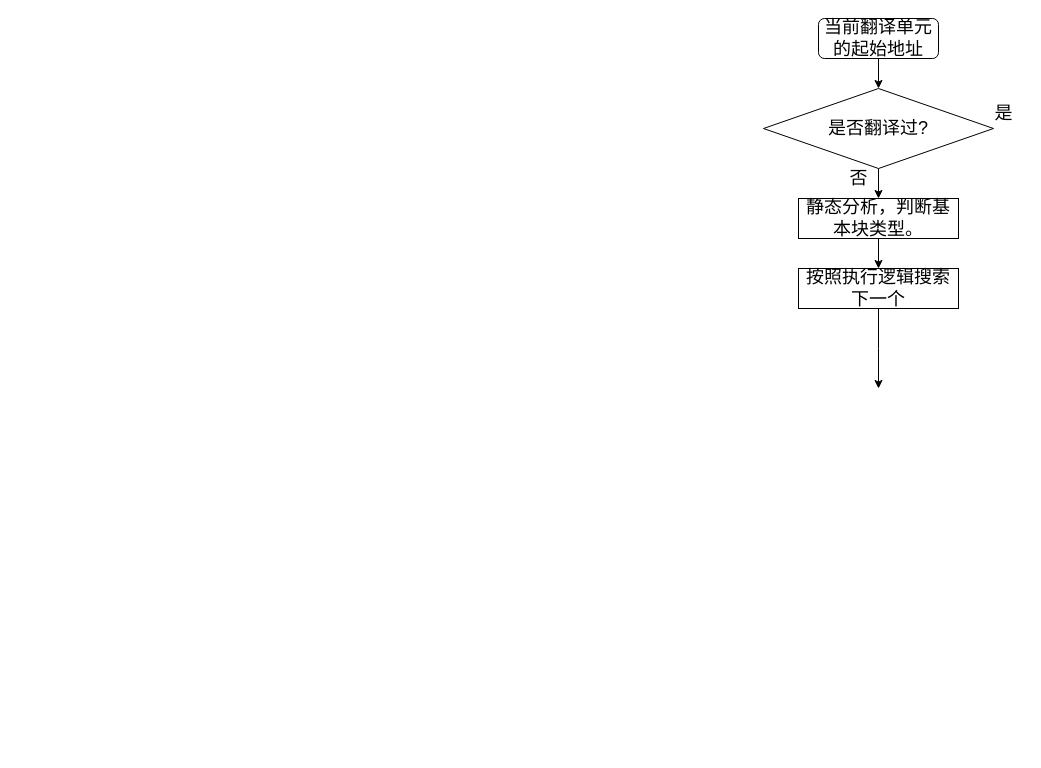
Before: page "第 37 页" (36 of 51) of lajit.drawio in ganjue66da/ganjue66da, a draw.io diagram. Source tidied: cells renumbered, new cells numbered last; positions are measured from the earlier drawing's top-left corner, leaving out a move shared by most shapes. Both pictures are drawn from the tidied source at 100%, with x=0, y=0 at pixel (763, 18).
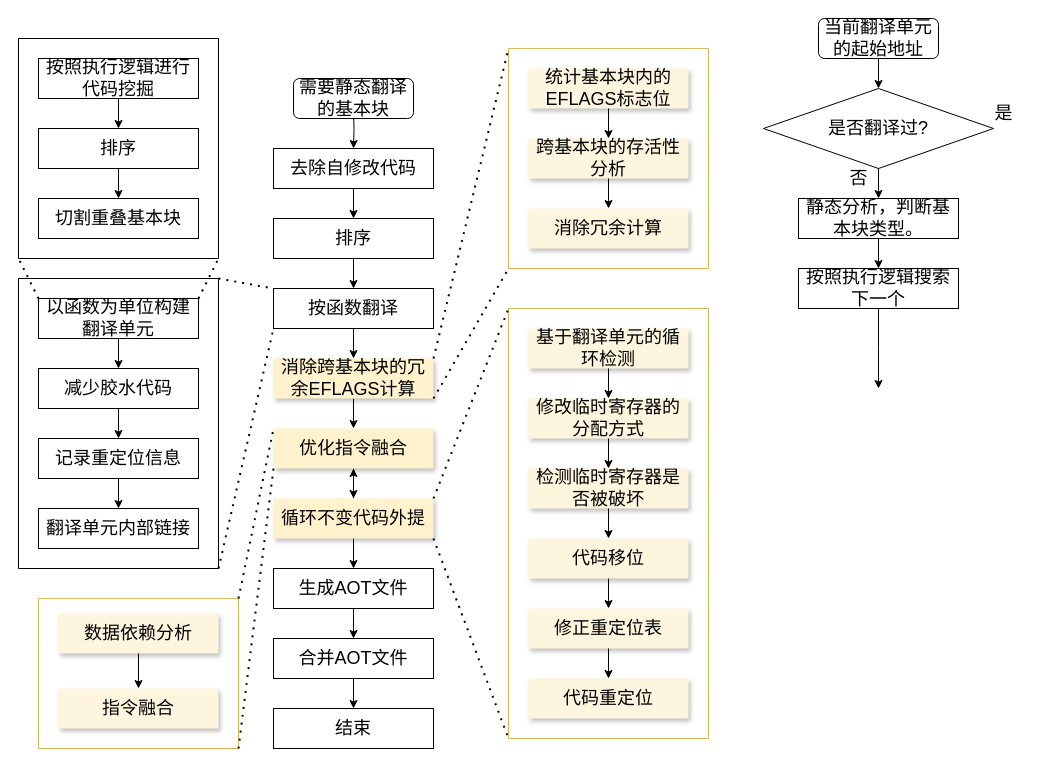
The same page after the edit.

Unchanged cells that the change refers to:
```xml
<mxCell id="5" value="按照执行逻辑搜索下一个" style="rounded=0;whiteSpace=wrap;html=1;fontSize=18;fillColor=none;" parent="1" vertex="1">
  <mxGeometry x="35" y="250" width="160" height="40" as="geometry" />
</mxCell>
```

What changed in the source:
```diff
@@
+    <mxCell id="12" style="edgeStyle=orthogonalEdgeStyle;rounded=0;jettySize=auto;html=1;fontSize=18;" parent="1" edge="1" target="14">
+      <mxGeometry relative="1" as="geometry">
+        <mxPoint x="-410" y="90" as="sourcePoint" />
+      </mxGeometry>
+    </mxCell>
+    <mxCell id="13" style="edgeStyle=orthogonalEdgeStyle;rounded=0;jettySize=auto;html=1;fontSize=18;" parent="1" edge="1" source="14" target="16">
+      <mxGeometry relative="1" as="geometry" />
+    </mxCell>
+    <mxCell id="14" value="去除自修改代码" style="rounded=0;whiteSpace=wrap;html=1;fontSize=18;fillColor=none;" parent="1" vertex="1">
+      <mxGeometry x="-490" y="130" width="160" height="40" as="geometry" />
+    </mxCell>
+    <mxCell id="15" style="edgeStyle=orthogonalEdgeStyle;rounded=0;jettySize=auto;html=1;exitX=0.5;exitY=1;exitDx=0;exitDy=0;entryX=0.5;entryY=0;entryDx=0;entryDy=0;" parent="1" edge="1" source="16" target="19">
+      <mxGeometry relative="1" as="geometry" />
+    </mxCell>
+    <mxCell id="16" value="排序" style="rounded=0;whiteSpace=wrap;html=1;fontSize=18;fillColor=none;" parent="1" vertex="1">
+      <mxGeometry x="-490" y="200" width="160" height="40" as="geometry" />
+    </mxCell>
+    <mxCell id="17" value="&lt;font style=&quot;font-size: 18px;&quot;&gt;需要静态翻译的基本块&lt;/font&gt;" style="rounded=1;whiteSpace=wrap;html=1;" parent="1" vertex="1">
+      <mxGeometry x="-470" y="60" width="120" height="40" as="geometry" />
+    </mxCell>
+    <mxCell id="18" style="edgeStyle=orthogonalEdgeStyle;rounded=0;jettySize=auto;html=1;" parent="1" edge="1" source="19" target="21">
+      <mxGeometry relative="1" as="geometry" />
+    </mxCell>
+    <mxCell id="19" value="按函数翻译" style="rounded=0;whiteSpace=wrap;html=1;fontSize=18;fillColor=none;" parent="1" vertex="1">
+      <mxGeometry x="-490" y="270" width="160" height="40" as="geometry" />
+    </mxCell>
+    <mxCell id="20" style="edgeStyle=orthogonalEdgeStyle;rounded=0;jettySize=auto;html=1;fontSize=18;" parent="1" edge="1" source="21" target="71">
+      <mxGeometry relative="1" as="geometry" />
+    </mxCell>
+    <mxCell id="21" value="消除跨基本块的冗余EFLAGS计算" style="rounded=0;whiteSpace=wrap;html=1;fontSize=18;fillColor=#fff2cc;strokeColor=none;fillStyle=auto;shadow=1;" parent="1" vertex="1">
+      <mxGeometry x="-490" y="340" width="160" height="40" as="geometry" />
+    </mxCell>
+    <mxCell id="22" style="edgeStyle=orthogonalEdgeStyle;rounded=0;jettySize=auto;html=1;" parent="1" edge="1" source="24" target="26">
+      <mxGeometry relative="1" as="geometry" />
+    </mxCell>
+    <mxCell id="23" style="edgeStyle=orthogonalEdgeStyle;rounded=0;jettySize=auto;html=1;" parent="1" edge="1" source="24" target="71">
+      <mxGeometry relative="1" as="geometry" />
+    </mxCell>
+    <mxCell id="24" value="循环不变代码外提" style="rounded=0;whiteSpace=wrap;html=1;fontSize=18;fillColor=#fff2cc;strokeColor=none;shadow=1;" parent="1" vertex="1">
+      <mxGeometry x="-490" y="480" width="160" height="40" as="geometry" />
+    </mxCell>
+    <mxCell id="25" style="edgeStyle=orthogonalEdgeStyle;rounded=0;jettySize=auto;html=1;" parent="1" edge="1" source="26">
+      <mxGeometry relative="1" as="geometry">
+        <mxPoint x="-410" y="620" as="targetPoint" />
+      </mxGeometry>
+    </mxCell>
+    <mxCell id="26" value="生成AOT文件" style="rounded=0;whiteSpace=wrap;html=1;fontSize=18;fillColor=none;" parent="1" vertex="1">
+      <mxGeometry x="-490" y="550" width="160" height="40" as="geometry" />
+    </mxCell>
+    <mxCell id="27" style="endArrow=none;dashed=1;html=1;dashPattern=1 3;strokeWidth=2;rounded=0;entryX=0;entryY=0;entryDx=0;entryDy=0;exitX=1;exitY=0;exitDx=0;exitDy=0;" parent="1" edge="1" source="28" target="19">
+      <mxGeometry relative="1" as="geometry" />
+    </mxCell>
+    <mxCell id="28" style="swimlane;startSize=0;" parent="1" vertex="1">
+      <mxGeometry x="-745" y="260" width="200" height="290" as="geometry" />
+    </mxCell>
+    <mxCell id="29" value="以函数为单位构建翻译单元" style="rounded=0;whiteSpace=wrap;html=1;fontSize=18;fillColor=none;" parent="28" vertex="1">
+      <mxGeometry x="20" y="20" width="160" height="40" as="geometry" />
+    </mxCell>
+    <mxCell id="30" style="edgeStyle=orthogonalEdgeStyle;rounded=0;jettySize=auto;html=1;" parent="28" edge="1" source="31" target="35">
+      <mxGeometry relative="1" as="geometry" />
+    </mxCell>
+    <mxCell id="31" value="减少胶水代码" style="rounded=0;whiteSpace=wrap;html=1;fontSize=18;fillColor=none;" parent="28" vertex="1">
+      <mxGeometry x="20" y="90" width="160" height="40" as="geometry" />
+    </mxCell>
+    <mxCell id="32" style="edgeStyle=orthogonalEdgeStyle;rounded=0;jettySize=auto;html=1;" parent="28" edge="1" source="29" target="31">
+      <mxGeometry relative="1" as="geometry" />
+    </mxCell>
+    <mxCell id="33" value="翻译单元内部链接" style="rounded=0;whiteSpace=wrap;html=1;fontSize=18;fillColor=none;" parent="28" vertex="1">
+      <mxGeometry x="20" y="230" width="160" height="40" as="geometry" />
+    </mxCell>
+    <mxCell id="34" style="edgeStyle=orthogonalEdgeStyle;rounded=0;jettySize=auto;html=1;exitX=0.5;exitY=1;exitDx=0;exitDy=0;entryX=0.5;entryY=0;entryDx=0;entryDy=0;" parent="28" edge="1" source="35" target="33">
+      <mxGeometry relative="1" as="geometry" />
+    </mxCell>
+    <mxCell id="35" value="记录重定位信息" style="rounded=0;whiteSpace=wrap;html=1;fontSize=18;fillColor=none;" parent="28" vertex="1">
+      <mxGeometry x="20" y="160" width="160" height="40" as="geometry" />
+    </mxCell>
+    <mxCell id="36" style="endArrow=none;dashed=1;html=1;dashPattern=1 3;strokeWidth=2;rounded=0;exitX=1;exitY=1;exitDx=0;exitDy=0;entryX=0;entryY=1;entryDx=0;entryDy=0;" parent="1" edge="1" source="28" target="19">
+      <mxGeometry relative="1" as="geometry" />
+    </mxCell>
+    <mxCell id="37" style="swimlane;startSize=0;" parent="1" vertex="1">
+      <mxGeometry x="-745" y="20" width="200" height="220" as="geometry" />
+    </mxCell>
+    <mxCell id="38" value="排序" style="rounded=0;whiteSpace=wrap;html=1;fontSize=18;fillColor=none;" parent="37" vertex="1">
+      <mxGeometry x="20" y="90" width="160" height="40" as="geometry" />
+    </mxCell>
+    <mxCell id="39" value="切割重叠基本块" style="rounded=0;whiteSpace=wrap;html=1;fontSize=18;fillColor=none;" parent="37" vertex="1">
+      <mxGeometry x="20" y="160" width="160" height="40" as="geometry" />
+    </mxCell>
+    <mxCell id="40" style="edgeStyle=orthogonalEdgeStyle;rounded=0;jettySize=auto;html=1;" parent="37" edge="1" source="38" target="39">
+      <mxGeometry relative="1" as="geometry" />
+    </mxCell>
+    <mxCell id="41" style="edgeStyle=orthogonalEdgeStyle;rounded=0;jettySize=auto;html=1;exitX=0.5;exitY=1;exitDx=0;exitDy=0;entryX=0.5;entryY=0;entryDx=0;entryDy=0;" parent="37" edge="1" source="42" target="38">
+      <mxGeometry relative="1" as="geometry" />
+    </mxCell>
+    <mxCell id="42" value="按照执行逻辑进行代码挖掘" style="rounded=0;whiteSpace=wrap;html=1;fontSize=18;fillColor=none;" parent="37" vertex="1">
+      <mxGeometry x="20" y="20" width="160" height="40" as="geometry" />
+    </mxCell>
+    <mxCell id="43" style="endArrow=none;dashed=1;html=1;dashPattern=1 3;strokeWidth=2;rounded=0;entryX=0;entryY=1;entryDx=0;entryDy=0;exitX=0;exitY=0;exitDx=0;exitDy=0;" parent="1" edge="1" source="29" target="37">
+      <mxGeometry relative="1" as="geometry" />
+    </mxCell>
+    <mxCell id="44" style="endArrow=none;dashed=1;html=1;dashPattern=1 3;strokeWidth=2;rounded=0;entryX=1;entryY=1;entryDx=0;entryDy=0;exitX=1;exitY=0;exitDx=0;exitDy=0;" parent="1" edge="1" source="29" target="37">
+      <mxGeometry relative="1" as="geometry" />
+    </mxCell>
+    <mxCell id="45" style="swimlane;startSize=0;fontSize=18;fillColor=#fff2cc;strokeColor=#d6b656;glass=1;" parent="1" vertex="1">
+      <mxGeometry x="-255" y="30" width="200" height="220" as="geometry" />
+    </mxCell>
+    <mxCell id="46" value="统计基本块内的EFLAGS标志位" style="rounded=0;whiteSpace=wrap;html=1;fontSize=18;fillColor=#fdf5dd;strokeColor=none;shadow=1;" parent="45" vertex="1">
+      <mxGeometry x="20" y="20" width="160" height="40" as="geometry" />
+    </mxCell>
+    <mxCell id="47" value="跨基本块的存活性分析" style="rounded=0;whiteSpace=wrap;html=1;fontSize=18;fillColor=#fdf5dd;strokeColor=none;shadow=1;" parent="45" vertex="1">
+      <mxGeometry x="20" y="90" width="160" height="40" as="geometry" />
+    </mxCell>
+    <mxCell id="48" style="edgeStyle=orthogonalEdgeStyle;rounded=0;jettySize=auto;html=1;" parent="45" edge="1" source="46" target="47">
+      <mxGeometry relative="1" as="geometry" />
+    </mxCell>
+    <mxCell id="49" value="消除冗余计算" style="rounded=0;whiteSpace=wrap;html=1;fontSize=18;fillColor=#fdf5dd;strokeColor=none;shadow=1;" parent="45" vertex="1">
+      <mxGeometry x="20" y="160" width="160" height="40" as="geometry" />
+    </mxCell>
+    <mxCell id="50" style="edgeStyle=orthogonalEdgeStyle;rounded=0;jettySize=auto;html=1;" parent="45" edge="1" source="47" target="49">
+      <mxGeometry relative="1" as="geometry" />
+    </mxCell>
+    <mxCell id="51" style="endArrow=none;dashed=1;html=1;dashPattern=1 3;strokeWidth=2;rounded=0;exitX=1;exitY=0;exitDx=0;exitDy=0;entryX=0;entryY=0;entryDx=0;entryDy=0;" parent="1" edge="1" source="21" target="45">
+      <mxGeometry relative="1" as="geometry" />
+    </mxCell>
+    <mxCell id="52" style="endArrow=none;dashed=1;html=1;dashPattern=1 3;strokeWidth=2;rounded=0;exitX=1;exitY=1;exitDx=0;exitDy=0;entryX=0;entryY=1;entryDx=0;entryDy=0;" parent="1" edge="1" source="21" target="45">
+      <mxGeometry relative="1" as="geometry" />
+    </mxCell>
+    <mxCell id="53" style="swimlane;startSize=0;fontSize=18;fillColor=#fff2cc;strokeColor=#d6b656;glass=1;" parent="1" vertex="1">
+      <mxGeometry x="-255" y="290" width="200" height="430" as="geometry" />
+    </mxCell>
+    <mxCell id="54" value="基于翻译单元的循环检测" style="rounded=0;whiteSpace=wrap;html=1;fontSize=18;fillColor=#fdf5dd;strokeColor=none;shadow=1;" parent="53" vertex="1">
+      <mxGeometry x="20" y="20" width="160" height="40" as="geometry" />
+    </mxCell>
+    <mxCell id="55" value="修改临时寄存器的分配方式" style="rounded=0;whiteSpace=wrap;html=1;fontSize=18;fillColor=#fdf5dd;strokeColor=none;shadow=1;" parent="53" vertex="1">
+      <mxGeometry x="20" y="90" width="160" height="40" as="geometry" />
+    </mxCell>
+    <mxCell id="56" style="edgeStyle=orthogonalEdgeStyle;rounded=0;jettySize=auto;html=1;" parent="53" edge="1" source="54" target="55">
+      <mxGeometry relative="1" as="geometry" />
+    </mxCell>
+    <mxCell id="57" value="检测临时寄存器是否被破坏" style="rounded=0;whiteSpace=wrap;html=1;fontSize=18;fillColor=#fdf5dd;strokeColor=none;shadow=1;" parent="53" vertex="1">
+      <mxGeometry x="20" y="160" width="160" height="40" as="geometry" />
+    </mxCell>
+    <mxCell id="58" style="edgeStyle=orthogonalEdgeStyle;rounded=0;jettySize=auto;html=1;" parent="53" edge="1" source="55" target="57">
+      <mxGeometry relative="1" as="geometry" />
+    </mxCell>
+    <mxCell id="59" value="代码移位" style="rounded=0;whiteSpace=wrap;html=1;fontSize=18;fillColor=#fdf5dd;strokeColor=none;shadow=1;" parent="53" vertex="1">
+      <mxGeometry x="20" y="230" width="160" height="40" as="geometry" />
+    </mxCell>
+    <mxCell id="60" style="edgeStyle=orthogonalEdgeStyle;rounded=0;jettySize=auto;html=1;" parent="53" edge="1" source="57" target="59">
+      <mxGeometry relative="1" as="geometry" />
+    </mxCell>
+    <mxCell id="61" value="修正重定位表" style="rounded=0;whiteSpace=wrap;html=1;fontSize=18;fillColor=#fdf5dd;strokeColor=none;shadow=1;" parent="53" vertex="1">
+      <mxGeometry x="20" y="300" width="160" height="40" as="geometry" />
+    </mxCell>
+    <mxCell id="62" style="edgeStyle=orthogonalEdgeStyle;rounded=0;jettySize=auto;html=1;" parent="53" edge="1" source="59" target="61">
+      <mxGeometry relative="1" as="geometry" />
+    </mxCell>
+    <mxCell id="63" value="代码重定位" style="rounded=0;whiteSpace=wrap;html=1;fontSize=18;fillColor=#fdf5dd;strokeColor=none;shadow=1;" parent="53" vertex="1">
+      <mxGeometry x="20" y="370" width="160" height="40" as="geometry" />
+    </mxCell>
+    <mxCell id="64" style="edgeStyle=orthogonalEdgeStyle;rounded=0;jettySize=auto;html=1;" parent="53" edge="1" source="61" target="63">
+      <mxGeometry relative="1" as="geometry" />
+    </mxCell>
+    <mxCell id="65" style="endArrow=none;dashed=1;html=1;dashPattern=1 3;strokeWidth=2;rounded=0;exitX=1;exitY=0;exitDx=0;exitDy=0;entryX=0;entryY=0;entryDx=0;entryDy=0;" parent="1" edge="1" source="24" target="53">
+      <mxGeometry relative="1" as="geometry" />
+    </mxCell>
+    <mxCell id="66" style="endArrow=none;dashed=1;html=1;dashPattern=1 3;strokeWidth=2;rounded=0;exitX=1;exitY=1;exitDx=0;exitDy=0;entryX=0;entryY=1;entryDx=0;entryDy=0;" parent="1" edge="1" source="24" target="53">
+      <mxGeometry relative="1" as="geometry" />
+    </mxCell>
+    <mxCell id="67" style="edgeStyle=orthogonalEdgeStyle;rounded=0;jettySize=auto;html=1;" parent="1" edge="1" source="68" target="69">
+      <mxGeometry relative="1" as="geometry" />
+    </mxCell>
+    <mxCell id="68" value="合并AOT文件" style="rounded=0;whiteSpace=wrap;html=1;fontSize=18;fillColor=none;" parent="1" vertex="1">
+      <mxGeometry x="-490" y="620" width="160" height="40" as="geometry" />
+    </mxCell>
+    <mxCell id="69" value="结束" style="rounded=0;whiteSpace=wrap;html=1;fontSize=18;fillColor=none;" parent="1" vertex="1">
+      <mxGeometry x="-490" y="690" width="160" height="40" as="geometry" />
+    </mxCell>
+    <mxCell id="70" style="edgeStyle=orthogonalEdgeStyle;rounded=0;jettySize=auto;html=1;exitX=0.5;exitY=1;exitDx=0;exitDy=0;entryX=0.5;entryY=0;entryDx=0;entryDy=0;fontSize=18;" parent="1" edge="1" source="71" target="24">
+      <mxGeometry relative="1" as="geometry" />
+    </mxCell>
+    <mxCell id="71" value="优化指令融合" style="rounded=0;whiteSpace=wrap;html=1;fontSize=18;fillColor=#fff2cc;shadow=1;strokeColor=none;" parent="1" vertex="1">
+      <mxGeometry x="-490" y="410" width="160" height="40" as="geometry" />
+    </mxCell>
+    <mxCell id="72" style="swimlane;startSize=0;fontSize=18;glass=1;fillColor=#fff2cc;strokeColor=#d6b656;" parent="1" vertex="1">
+      <mxGeometry x="-725" y="580" width="200" height="150" as="geometry" />
+    </mxCell>
+    <mxCell id="73" value="数据依赖分析" style="rounded=0;whiteSpace=wrap;html=1;fontSize=18;fillColor=#fdf5dd;strokeColor=none;shadow=1;" parent="72" vertex="1">
+      <mxGeometry x="20" y="15" width="160" height="40" as="geometry" />
+    </mxCell>
+    <mxCell id="74" value="指令融合" style="rounded=0;whiteSpace=wrap;html=1;fontSize=18;fillColor=#fdf5dd;strokeColor=none;shadow=1;" parent="72" vertex="1">
+      <mxGeometry x="20" y="90" width="160" height="40" as="geometry" />
+    </mxCell>
+    <mxCell id="75" style="edgeStyle=orthogonalEdgeStyle;rounded=0;jettySize=auto;html=1;fontSize=18;" parent="72" edge="1" source="73" target="74">
+      <mxGeometry relative="1" as="geometry" />
+    </mxCell>
+    <mxCell id="76" style="endArrow=none;dashed=1;html=1;dashPattern=1 3;strokeWidth=2;rounded=0;fontSize=18;exitX=1;exitY=0;exitDx=0;exitDy=0;entryX=0;entryY=0;entryDx=0;entryDy=0;" parent="1" edge="1" source="72" target="71">
+      <mxGeometry relative="1" as="geometry" />
+    </mxCell>
+    <mxCell id="77" style="endArrow=none;dashed=1;html=1;dashPattern=1 3;strokeWidth=2;rounded=0;fontSize=18;exitX=1;exitY=1;exitDx=0;exitDy=0;entryX=0;entryY=1;entryDx=0;entryDy=0;" parent="1" edge="1" source="72" target="71">
+      <mxGeometry relative="1" as="geometry" />
+    </mxCell>
@@
-    <mxCell id="4" style="edgeStyle=orthogonalEdgeStyle;rounded=0;jettySize=auto;html=1;" parent="1" edge="1" source="5">
-      <mxGeometry relative="1" as="geometry">
-        <mxPoint x="115" y="370" as="targetPoint" />
-      </mxGeometry>
-    </mxCell>
+    <mxCell id="78" style="edgeStyle=orthogonalEdgeStyle;rounded=0;jettySize=auto;html=1;" parent="1" edge="1" source="5">
+      <mxGeometry relative="1" as="geometry">
+        <mxPoint x="115" y="370" as="targetPoint" />
+      </mxGeometry>
+    </mxCell>
```
